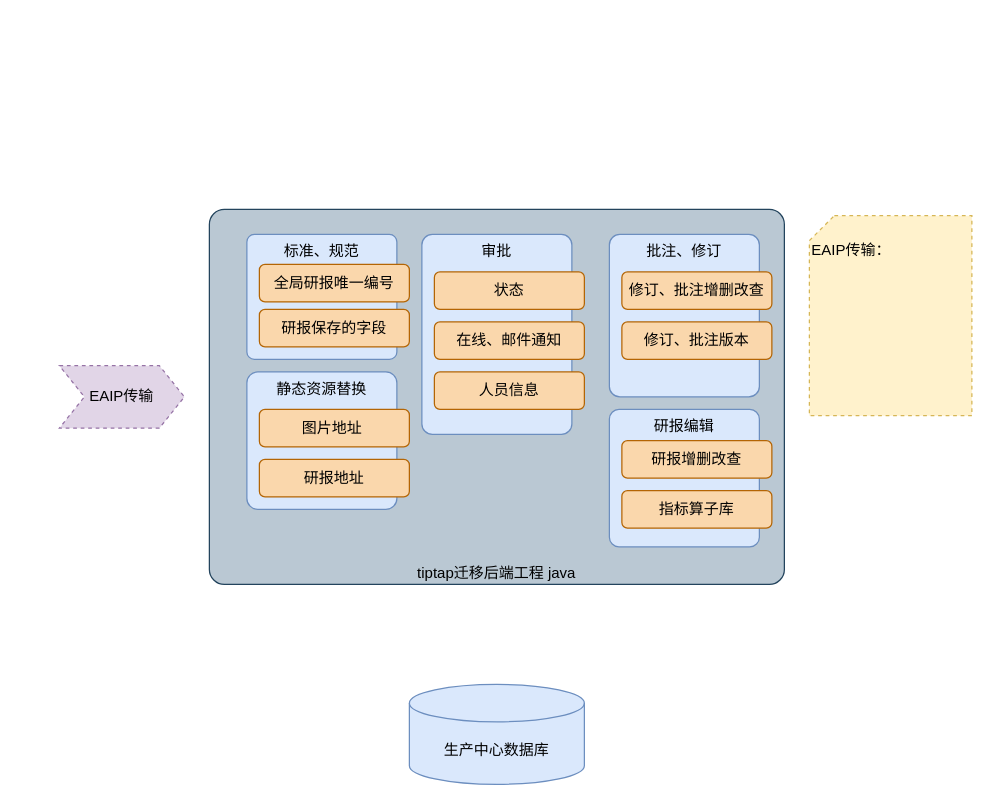
Earlier version of the draw.io diagram tiptapRendering-JAVA.drawio (lance631/notes). Source tidied: cells renumbered, new cells numbered last; positions are measured from the earlier drawing's top-left corner, leaving out a move shared by most shapes. Both pictures are drawn from the tidied source at 125%, with x=0, y=0 at pixel (59, 209).
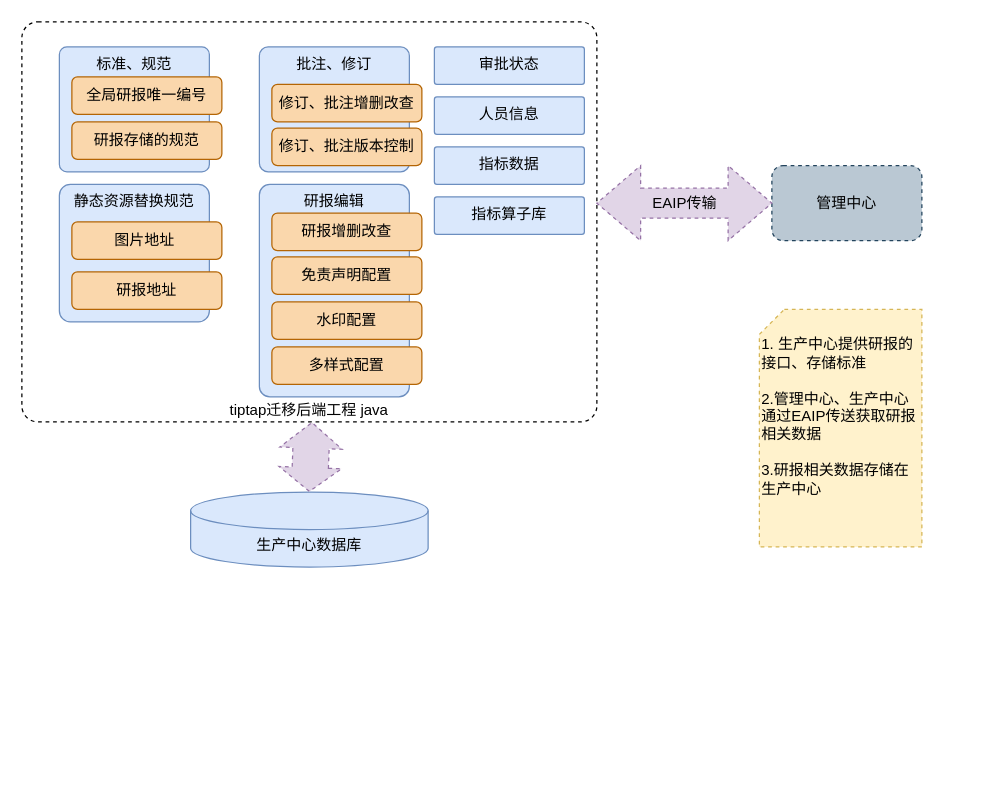
Above is the later version.

Diff of the diagram source:
```diff
@@
-    <mxCell id="2" value="tiptap迁移后端工程 java" style="rounded=1;whiteSpace=wrap;html=1;fillColor=#bac8d3;strokeColor=#23445d;verticalAlign=bottom;arcSize=4;" parent="1" vertex="1">
-      <mxGeometry x="120" width="460" height="300" as="geometry" />
+    <mxCell id="2" value="tiptap迁移后端工程 java" style="rounded=1;whiteSpace=wrap;html=1;fillColor=none;verticalAlign=bottom;arcSize=4;dashed=1;" parent="1" vertex="1">
+      <mxGeometry x="-30" y="-150" width="460" height="320" as="geometry" />
     </mxCell>
     <mxCell id="3" value="标准、规范" style="rounded=1;whiteSpace=wrap;html=1;fillColor=#dae8fc;strokeColor=#6c8ebf;arcSize=6;verticalAlign=top;" parent="1" vertex="1">
-      <mxGeometry x="150" y="20" width="120" height="100" as="geometry" />
+      <mxGeometry y="-130" width="120" height="100" as="geometry" />
     </mxCell>
-    <mxCell id="4" value="静态资源替换" style="rounded=1;whiteSpace=wrap;html=1;fillColor=#dae8fc;strokeColor=#6c8ebf;verticalAlign=top;arcSize=8;" parent="1" vertex="1">
-      <mxGeometry x="150" y="130" width="120" height="110" as="geometry" />
+    <mxCell id="4" value="静态资源替换规范" style="rounded=1;whiteSpace=wrap;html=1;fillColor=#dae8fc;strokeColor=#6c8ebf;verticalAlign=top;arcSize=8;" parent="1" vertex="1">
+      <mxGeometry y="-20" width="120" height="110" as="geometry" />
     </mxCell>
     <mxCell id="5" value="批注、修订" style="rounded=1;whiteSpace=wrap;html=1;fillColor=#dae8fc;strokeColor=#6c8ebf;verticalAlign=top;arcSize=7;" parent="1" vertex="1">
-      <mxGeometry x="440" y="20" width="120" height="130" as="geometry" />
+      <mxGeometry x="160" y="-130" width="120" height="100" as="geometry" />
     </mxCell>
     <mxCell id="6" value="全局研报唯一编号" style="rounded=1;whiteSpace=wrap;html=1;fillColor=#fad7ac;strokeColor=#b46504;" parent="1" vertex="1">
-      <mxGeometry x="160" y="44" width="120" height="30" as="geometry" />
+      <mxGeometry x="10" y="-106" width="120" height="30" as="geometry" />
     </mxCell>
-    <mxCell id="7" value="修订、批注版本" style="rounded=1;whiteSpace=wrap;html=1;fillColor=#fad7ac;strokeColor=#b46504;" parent="1" vertex="1">
-      <mxGeometry x="450" y="90" width="120" height="30" as="geometry" />
+    <mxCell id="7" value="修订、批注版本控制" style="rounded=1;whiteSpace=wrap;html=1;fillColor=#fad7ac;strokeColor=#b46504;" parent="1" vertex="1">
+      <mxGeometry x="170" y="-65" width="120" height="30" as="geometry" />
     </mxCell>
     <mxCell id="8" value="图片地址&amp;nbsp;" style="rounded=1;whiteSpace=wrap;html=1;fillColor=#fad7ac;strokeColor=#b46504;" parent="1" vertex="1">
-      <mxGeometry x="160" y="160" width="120" height="30" as="geometry" />
+      <mxGeometry x="10" y="10" width="120" height="30" as="geometry" />
     </mxCell>
     <mxCell id="9" value="研报地址" style="rounded=1;whiteSpace=wrap;html=1;fillColor=#fad7ac;strokeColor=#b46504;" parent="1" vertex="1">
-      <mxGeometry x="160" y="200" width="120" height="30" as="geometry" />
+      <mxGeometry x="10" y="50" width="120" height="30" as="geometry" />
     </mxCell>
-    <mxCell id="10" value="审批" style="rounded=1;whiteSpace=wrap;html=1;fillColor=#dae8fc;strokeColor=#6c8ebf;verticalAlign=top;arcSize=7;" parent="1" vertex="1">
-      <mxGeometry x="290" y="20" width="120" height="160" as="geometry" />
+    <mxCell id="10" value="审批状态" style="rounded=1;whiteSpace=wrap;html=1;fillColor=#dae8fc;strokeColor=#6c8ebf;verticalAlign=top;arcSize=7;" parent="1" vertex="1">
+      <mxGeometry x="300" y="-130" width="120" height="30" as="geometry" />
     </mxCell>
-    <mxCell id="11" value="研报保存的字段" style="rounded=1;whiteSpace=wrap;html=1;fillColor=#fad7ac;strokeColor=#b46504;" parent="1" vertex="1">
-      <mxGeometry x="160" y="80" width="120" height="30" as="geometry" />
+    <mxCell id="11" value="研报存储的规范" style="rounded=1;whiteSpace=wrap;html=1;fillColor=#fad7ac;strokeColor=#b46504;" parent="1" vertex="1">
+      <mxGeometry x="10" y="-70" width="120" height="30" as="geometry" />
     </mxCell>
     <mxCell id="12" value="修订、批注增删改查" style="rounded=1;whiteSpace=wrap;html=1;fillColor=#fad7ac;strokeColor=#b46504;" parent="1" vertex="1">
-      <mxGeometry x="450" y="50" width="120" height="30" as="geometry" />
+      <mxGeometry x="170" y="-100" width="120" height="30" as="geometry" />
     </mxCell>
-    <mxCell id="13" value="状态" style="rounded=1;whiteSpace=wrap;html=1;fillColor=#fad7ac;strokeColor=#b46504;" parent="1" vertex="1">
-      <mxGeometry x="300" y="50" width="120" height="30" as="geometry" />
-    </mxCell>
-    <mxCell id="14" value="在线、邮件通知" style="rounded=1;whiteSpace=wrap;html=1;fillColor=#fad7ac;strokeColor=#b46504;" parent="1" vertex="1">
-      <mxGeometry x="300" y="90" width="120" height="30" as="geometry" />
-    </mxCell>
-    <mxCell id="15" value="人员信息" style="rounded=1;whiteSpace=wrap;html=1;fillColor=#fad7ac;strokeColor=#b46504;" parent="1" vertex="1">
-      <mxGeometry x="300" y="130" width="120" height="30" as="geometry" />
-    </mxCell>
-    <mxCell id="16" value="EAIP传输" style="shape=step;perimeter=stepPerimeter;whiteSpace=wrap;html=1;fixedSize=1;fillColor=#e1d5e7;strokeColor=#9673a6;dashed=1;" parent="1" vertex="1">
-      <mxGeometry y="125" width="100" height="50" as="geometry" />
-    </mxCell>
     <mxCell id="17" value="研报编辑" style="rounded=1;whiteSpace=wrap;html=1;fillColor=#dae8fc;strokeColor=#6c8ebf;verticalAlign=top;arcSize=7;" parent="1" vertex="1">
-      <mxGeometry x="440" y="160" width="120" height="110" as="geometry" />
+      <mxGeometry x="160" y="-20" width="120" height="170" as="geometry" />
     </mxCell>
     <mxCell id="18" value="研报增删改查" style="rounded=1;whiteSpace=wrap;html=1;fillColor=#fad7ac;strokeColor=#b46504;" parent="1" vertex="1">
-      <mxGeometry x="450" y="185" width="120" height="30" as="geometry" />
+      <mxGeometry x="170" y="3" width="120" height="30" as="geometry" />
     </mxCell>
-    <mxCell id="19" value="指标算子库" style="rounded=1;whiteSpace=wrap;html=1;fillColor=#fad7ac;strokeColor=#b46504;" parent="1" vertex="1">
-      <mxGeometry x="450" y="225" width="120" height="30" as="geometry" />
-    </mxCell>
     <mxCell id="20" value="生产中心数据库" style="shape=cylinder3;whiteSpace=wrap;html=1;boundedLbl=1;backgroundOutline=1;size=15;fillColor=#dae8fc;strokeColor=#6c8ebf;" parent="1" vertex="1">
-      <mxGeometry x="280" y="380" width="140" height="80" as="geometry" />
+      <mxGeometry x="105" y="226.1" width="190" height="60" as="geometry" />
     </mxCell>
-    <mxCell id="21" value="&lt;br&gt;EAIP传输：&lt;br&gt;&lt;br&gt;" style="shape=card;whiteSpace=wrap;html=1;dashed=1;size=20;fillColor=#fff2cc;strokeColor=#d6b656;verticalAlign=top;align=left;" parent="1" vertex="1">
-      <mxGeometry x="600" y="5" width="130" height="160" as="geometry" />
+    <mxCell id="21" value="&lt;br&gt;1. 生产中心提供研报的接口、存储标准&lt;br&gt;&lt;br&gt;2.管理中心、生产中心通过EAIP传送获取研报相关数据&lt;br&gt;&lt;br&gt;3.研报相关数据存储在生产中心" style="shape=card;whiteSpace=wrap;html=1;dashed=1;size=20;fillColor=#fff2cc;strokeColor=#d6b656;verticalAlign=top;align=left;" parent="1" vertex="1">
+      <mxGeometry x="560" y="80" width="130" height="190" as="geometry" />
     </mxCell>
+    <mxCell id="22" value="管理中心" style="rounded=1;whiteSpace=wrap;html=1;dashed=1;fillColor=#bac8d3;strokeColor=#23445d;" parent="1" vertex="1">
+      <mxGeometry x="570" y="-35" width="120" height="60" as="geometry" />
+    </mxCell>
+    <mxCell id="23" style="shape=flexArrow;endArrow=classic;startArrow=classic;html=1;rounded=0;exitX=0.5;exitY=0;exitDx=0;exitDy=0;exitPerimeter=0;entryX=0.472;entryY=1.013;entryDx=0;entryDy=0;entryPerimeter=0;dashed=1;fillColor=#e1d5e7;strokeColor=#9673a6;width=29;endSize=6.52;" parent="1" edge="1" source="20">
+      <mxGeometry relative="1" as="geometry">
+        <mxPoint x="202.1" y="170" as="targetPoint" />
+      </mxGeometry>
+    </mxCell>
+    <mxCell id="15" value="人员信息" style="rounded=1;whiteSpace=wrap;html=1;fillColor=#dae8fc;strokeColor=#6c8ebf;verticalAlign=top;arcSize=7;" parent="1" vertex="1">
+      <mxGeometry x="300" y="-90" width="120" height="30" as="geometry" />
+    </mxCell>
+    <mxCell id="24" value="指标数据" style="rounded=1;whiteSpace=wrap;html=1;fillColor=#dae8fc;strokeColor=#6c8ebf;verticalAlign=top;arcSize=7;" parent="1" vertex="1">
+      <mxGeometry x="300" y="-50" width="120" height="30" as="geometry" />
+    </mxCell>
+    <mxCell id="19" value="指标算子库" style="rounded=1;whiteSpace=wrap;html=1;fillColor=#dae8fc;strokeColor=#6c8ebf;verticalAlign=top;arcSize=7;" parent="1" vertex="1">
+      <mxGeometry x="300" y="-10" width="120" height="30" as="geometry" />
+    </mxCell>
+    <mxCell id="25" value="免责声明配置" style="rounded=1;whiteSpace=wrap;html=1;fillColor=#fad7ac;strokeColor=#b46504;" parent="1" vertex="1">
+      <mxGeometry x="170" y="38" width="120" height="30" as="geometry" />
+    </mxCell>
+    <mxCell id="26" value="水印配置" style="rounded=1;whiteSpace=wrap;html=1;fillColor=#fad7ac;strokeColor=#b46504;" parent="1" vertex="1">
+      <mxGeometry x="170" y="74" width="120" height="30" as="geometry" />
+    </mxCell>
+    <mxCell id="27" value="多样式配置" style="rounded=1;whiteSpace=wrap;html=1;fillColor=#fad7ac;strokeColor=#b46504;" parent="1" vertex="1">
+      <mxGeometry x="170" y="110" width="120" height="30" as="geometry" />
+    </mxCell>
+    <mxCell id="16" value="EAIP传输" style="html=1;shadow=0;dashed=1;align=center;verticalAlign=middle;shape=mxgraph.arrows2.twoWayArrow;dy=0.6;dx=35;fillColor=#e1d5e7;strokeColor=#9673a6;gradientColor=none;fillStyle=solid;" parent="1" vertex="1">
+      <mxGeometry x="430" y="-35" width="140" height="60" as="geometry" />
+    </mxCell>
```
